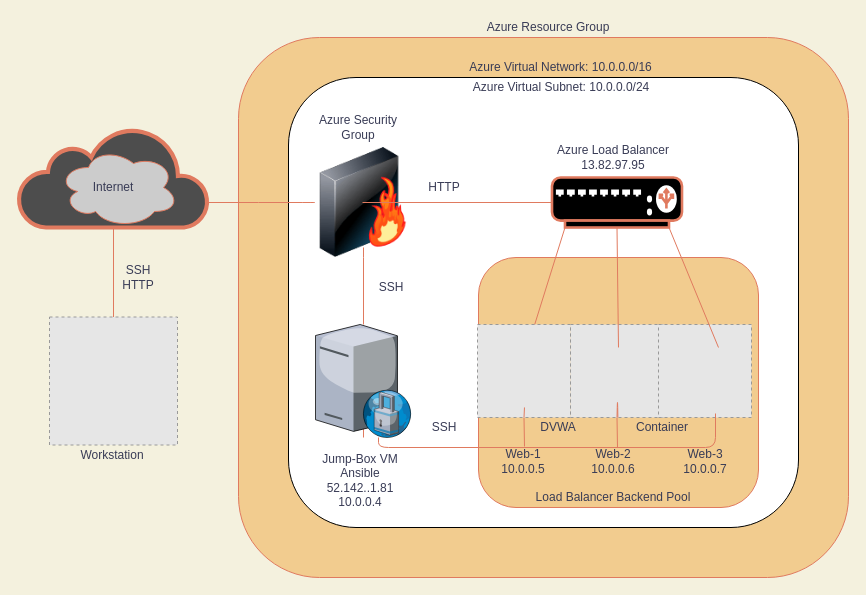
The draw.io diagram HW_12/Untitled Diagram.drawio in Omolabake94/CyberSecurity_Bootcamp, before the edit. Source tidied: cells renumbered, new cells numbered last; positions are measured from the earlier drawing's top-left corner, leaving out a move shared by most shapes. Both pictures are drawn from the tidied source at 100%, with x=0, y=0 at pixel (18, 17). Pictures stored in the file or linked from it are replaced by grey dashed boxes.
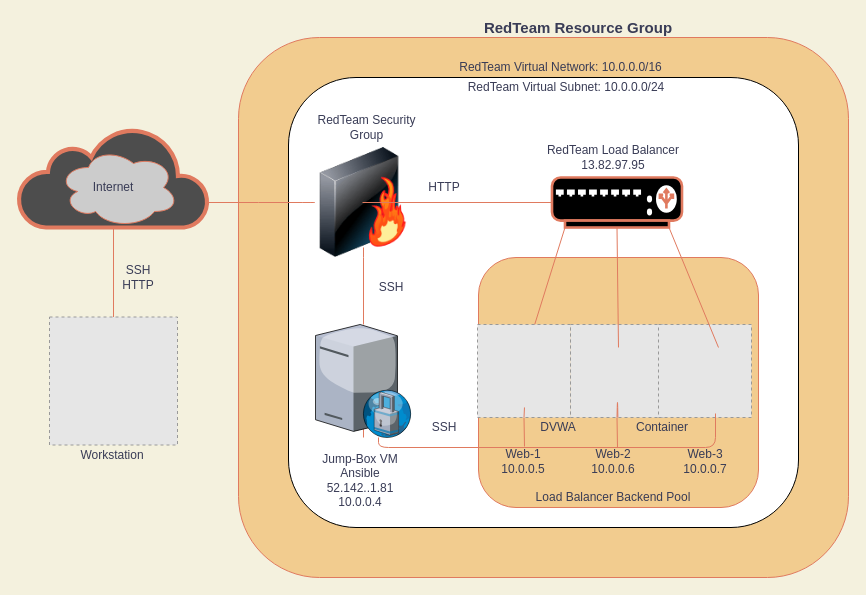
Above is the later version.

Diff of the diagram source:
```diff
@@
-    <mxCell id="32" value="Azure Load Balancer&lt;br&gt;13.82.97.95" style="text;html=1;strokeColor=none;fillColor=none;align=center;verticalAlign=middle;whiteSpace=wrap;rounded=0;fontColor=#393C56;" parent="1" vertex="1">
+    <mxCell id="32" value="RedTeam Load Balancer&lt;br&gt;13.82.97.95" style="text;html=1;strokeColor=none;fillColor=none;align=center;verticalAlign=middle;whiteSpace=wrap;rounded=0;fontColor=#393C56;" parent="1" vertex="1">
       <mxGeometry x="510" y="130" width="170" height="20" as="geometry" />
     </mxCell>
-    <mxCell id="33" value="Azure Security Group" style="text;html=1;strokeColor=none;fillColor=none;align=center;verticalAlign=middle;whiteSpace=wrap;rounded=0;fontColor=#393C56;" parent="1" vertex="1">
-      <mxGeometry x="297" y="100" width="86" height="20" as="geometry" />
+    <mxCell id="33" value="RedTeam Security Group" style="text;html=1;strokeColor=none;fillColor=none;align=center;verticalAlign=middle;whiteSpace=wrap;rounded=0;fontColor=#393C56;" parent="1" vertex="1">
+      <mxGeometry x="297" y="100" width="103" height="20" as="geometry" />
     </mxCell>
@@
-    <mxCell id="47" value="Azure Virtual Subnet: 10.0.0.0/24" style="text;html=1;strokeColor=none;fillColor=none;align=center;verticalAlign=middle;whiteSpace=wrap;rounded=0;sketch=0;fontColor=#393C56;" parent="1" vertex="1">
-      <mxGeometry x="446" y="60" width="194" height="20" as="geometry" />
+    <mxCell id="47" value="RedTeam Virtual Subnet: 10.0.0.0/24" style="text;html=1;strokeColor=none;fillColor=none;align=center;verticalAlign=middle;whiteSpace=wrap;rounded=0;sketch=0;fontColor=#393C56;" parent="1" vertex="1">
+      <mxGeometry x="446" y="60" width="204" height="20" as="geometry" />
     </mxCell>
-    <mxCell id="48" value="Azure Virtual Network: 10.0.0.0/16" style="text;html=1;strokeColor=none;fillColor=none;align=center;verticalAlign=middle;whiteSpace=wrap;rounded=0;sketch=0;fontColor=#393C56;" parent="1" vertex="1">
+    <mxCell id="48" value="RedTeam Virtual Network: 10.0.0.0/16" style="text;html=1;strokeColor=none;fillColor=none;align=center;verticalAlign=middle;whiteSpace=wrap;rounded=0;sketch=0;fontColor=#393C56;" parent="1" vertex="1">
       <mxGeometry x="433.5" y="40" width="216.5" height="20" as="geometry" />
     </mxCell>
-    <mxCell id="49" value="Azure Resource Group" style="text;html=1;strokeColor=none;fillColor=none;align=center;verticalAlign=middle;whiteSpace=wrap;rounded=0;sketch=0;fontColor=#393C56;" parent="1" vertex="1">
-      <mxGeometry x="460" width="140" height="20" as="geometry" />
+    <mxCell id="49" value="&lt;b&gt;&lt;font style=&quot;font-size: 15px&quot;&gt;RedTeam Resource Group&lt;/font&gt;&lt;/b&gt;" style="text;html=1;strokeColor=none;fillColor=none;align=center;verticalAlign=middle;whiteSpace=wrap;rounded=0;sketch=0;fontColor=#393C56;" parent="1" vertex="1">
+      <mxGeometry x="460" width="200" height="20" as="geometry" />
     </mxCell>
```
